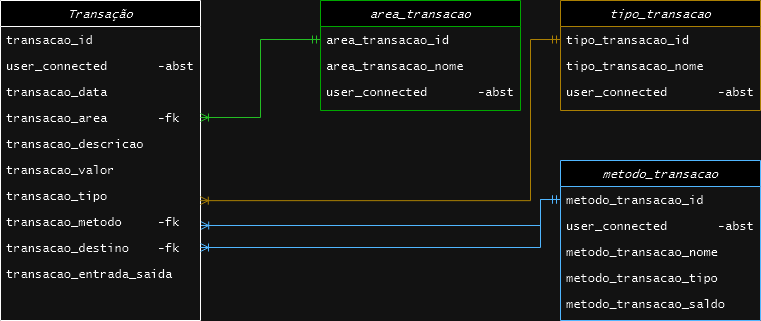
Antonio-Neves/my-money-management keeps this draw.io diagram as utils/my-money-management.png. Above is the earlier version. Source tidied: cells renumbered, new cells last; positions are measured from the earlier drawing's top-left corner, leaving out a move shared by most shapes.
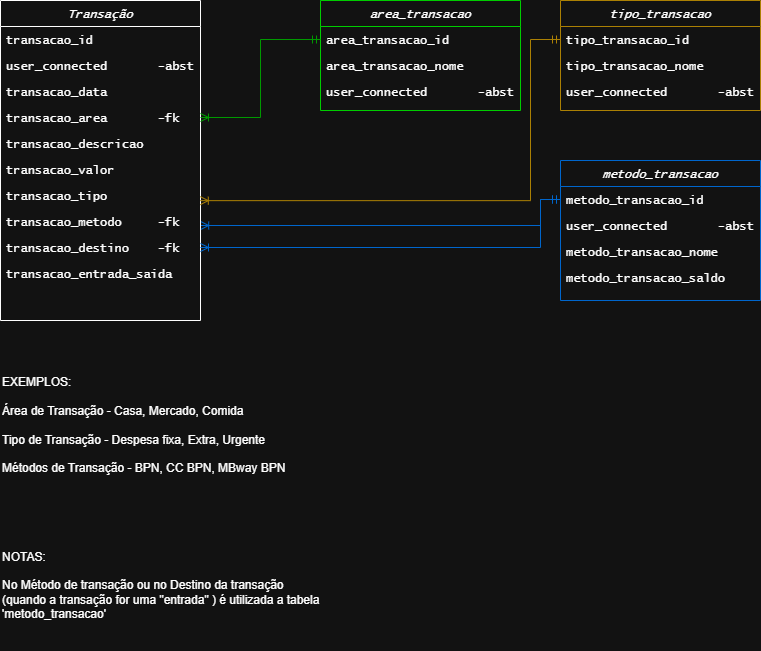
Later version of the same file.

What changed in the source:
```diff
@@ -3,7 +3,7 @@
     <mxCell id="0" />
     <mxCell id="1" parent="0" />
     <mxCell id="2" value="metodo_transacao" style="swimlane;fontStyle=2;align=center;verticalAlign=top;horizontal=1;startSize=26;rounded=0;shadow=0;strokeWidth=1;fontFamily=Lucida Console;strokeColor=#0066CC;" parent="1" vertex="1">
-      <mxGeometry x="560" y="160" width="200" height="160" as="geometry" />
+      <mxGeometry x="560" y="160" width="200" height="140" as="geometry" />
     </mxCell>
     <mxCell id="3" value="metodo_transacao_id" style="text;align=left;verticalAlign=top;spacingLeft=4;spacingRight=4;overflow=hidden;points=[[0,0.5],[1,0.5]];portConstraint=eastwest;fontFamily=Lucida Console;" parent="2" vertex="1">
       <mxGeometry y="26" width="200" height="26" as="geometry" />
@@ -14,11 +14,8 @@
     <mxCell id="5" value="metodo_transacao_nome" style="text;align=left;verticalAlign=top;spacingLeft=4;spacingRight=4;overflow=hidden;rounded=0;shadow=0;html=0;fontFamily=Lucida Console;" parent="2" vertex="1">
       <mxGeometry y="78" width="200" height="26" as="geometry" />
     </mxCell>
-    <mxCell id="6" value="metodo_transacao_tipo" style="text;align=left;verticalAlign=top;spacingLeft=4;spacingRight=4;overflow=hidden;rounded=0;shadow=0;html=0;fontFamily=Lucida Console;" parent="2" vertex="1">
-      <mxGeometry y="104" width="200" height="26" as="geometry" />
-    </mxCell>
     <mxCell id="7" value="metodo_transacao_saldo" style="text;align=left;verticalAlign=top;spacingLeft=4;spacingRight=4;overflow=hidden;rounded=0;shadow=0;html=0;fontFamily=Lucida Console;" parent="2" vertex="1">
-      <mxGeometry y="130" width="200" height="26" as="geometry" />
+      <mxGeometry y="104" width="200" height="26" as="geometry" />
     </mxCell>
     <mxCell id="8" style="edgeStyle=elbowEdgeStyle;fontSize=12;html=1;endArrow=ERoneToMany;startArrow=ERmandOne;rounded=0;fontFamily=Lucida Console;entryX=1.001;entryY=0.654;entryDx=0;entryDy=0;exitX=0;exitY=0.5;exitDx=0;exitDy=0;strokeColor=#0066CC;entryPerimeter=0;" parent="1" edge="1" source="3" target="21">
       <mxGeometry relative="1" as="geometry">
@@ -105,5 +102,11 @@
         </Array>
       </mxGeometry>
     </mxCell>
+    <mxCell id="31" value="&lt;div&gt;EXEMPLOS:&lt;/div&gt;&lt;div&gt;&lt;br&gt;&lt;/div&gt;Área de Transação - Casa, Mercado, Comida&lt;div&gt;&lt;br&gt;&lt;/div&gt;&lt;div&gt;Tipo de Transação - Despesa fixa, Extra, Urgente&lt;/div&gt;&lt;div&gt;&lt;br&gt;&lt;/div&gt;&lt;div&gt;Métodos de Transação - BPN, CC BPN, MBway BPN&lt;/div&gt;" style="text;html=1;align=left;verticalAlign=middle;whiteSpace=wrap;rounded=0;" parent="1" vertex="1">
+      <mxGeometry y="360" width="320" height="130" as="geometry" />
+    </mxCell>
+    <mxCell id="32" value="&lt;div&gt;NOTAS:&lt;/div&gt;&lt;div&gt;&lt;br&gt;&lt;/div&gt;&lt;div&gt;No Método de transação ou no Destino da transação&lt;/div&gt;&lt;div&gt;(quando a transação for uma &quot;entrada&quot; ) é utilizada a tabela 'metodo_transacao'&amp;nbsp;&lt;/div&gt;" style="text;html=1;align=left;verticalAlign=middle;whiteSpace=wrap;rounded=0;" parent="1" vertex="1">
+      <mxGeometry y="520" width="320" height="130" as="geometry" />
+    </mxCell>
   </root>
 </mxGraphModel>
```
